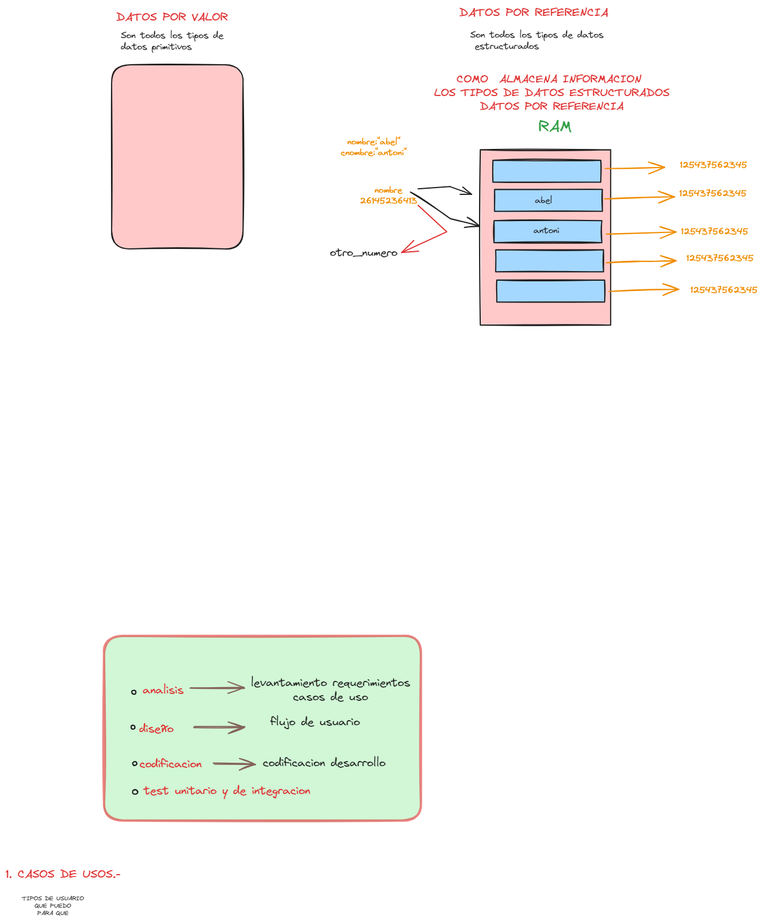
Above: TIPOS_DATOS_ESTRUCTURADOS/.excalidraw.png in 929275209/curso_python2 (Excalidraw), before the change. Source tidied: one line per element, renumbered; positions are measured from the earlier drawing's top-left corner, leaving out a move shared by most shapes.
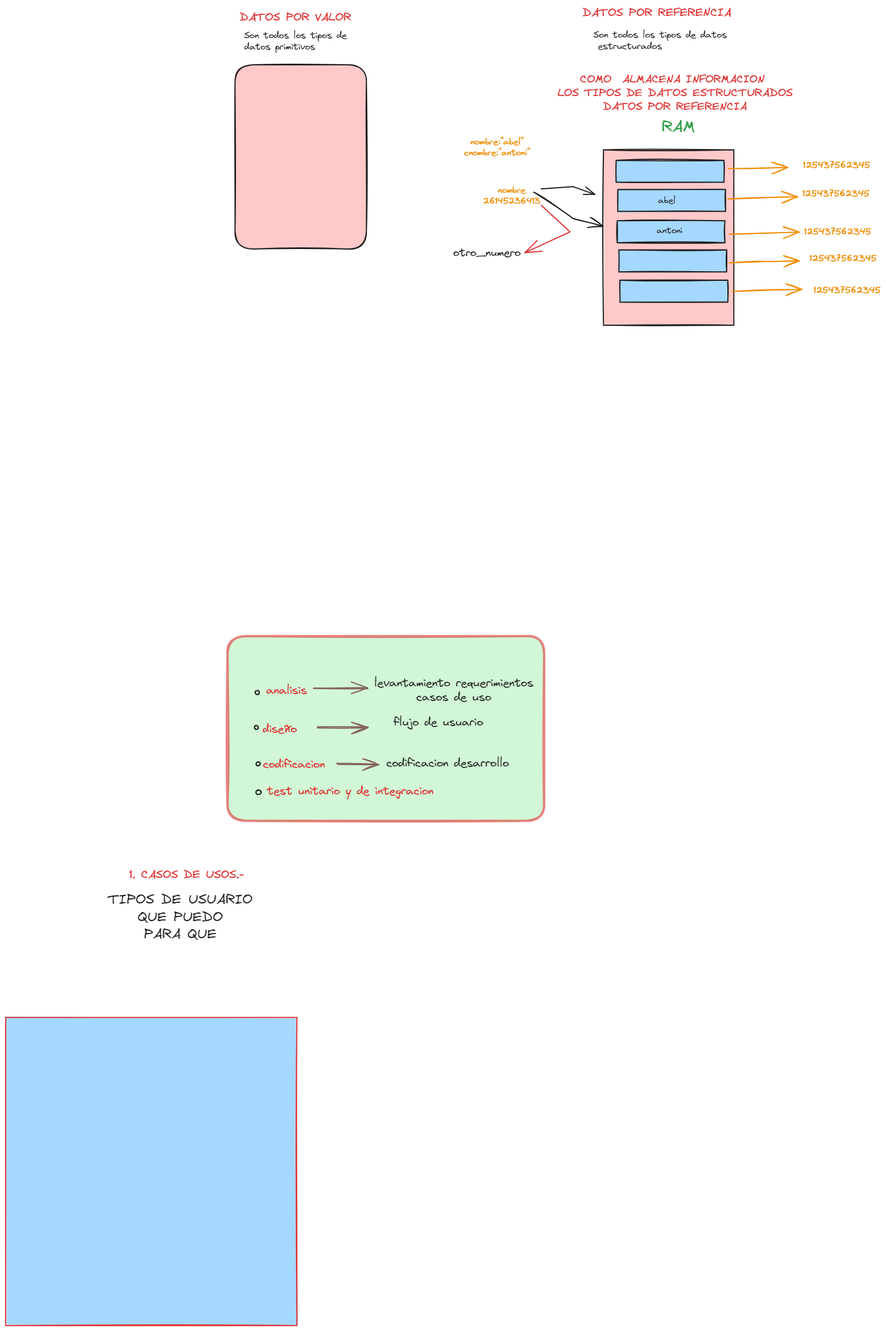
The same file after the commit.

Diff of the diagram source:
```diff
@@ -45,4 +45,5 @@
 {"id": 44, "type": "text", "text": "test unitario y de integracion", "strokeColor": "#e03131", "strokeWidth": 2, "roughness": 1, "fontSize": 20, "fontFamily": 1, "textAlign": "center", "x": 243, "y": 1368, "width": 293, "height": 25}
 {"id": 45, "type": "ellipse", "strokeColor": "#1e1e1e", "strokeWidth": 2, "roughness": 1, "round": true, "x": 223, "y": 1380, "width": 9, "height": 8}
 {"id": 46, "type": "text", "text": "1. CASOS DE USOS.-", "strokeColor": "#e03131", "strokeWidth": 4, "roughness": 1, "fontSize": 20, "fontFamily": 1, "textAlign": "center", "x": 0, "y": 1516, "width": 202, "height": 25}
-{"id": 47, "type": "text", "text": "TIPOS DE USUARIO\nQUE PUEDO\nPARA QUE", "strokeColor": "#1e1e1e", "strokeWidth": 4, "roughness": 1, "fontSize": 10.44, "fontFamily": 1, "textAlign": "center", "x": 28, "y": 1565, "width": 109, "height": 39}
+{"id": 47, "type": "text", "text": "TIPOS DE USUARIO\nQUE PUEDO\nPARA QUE", "strokeColor": "#1e1e1e", "strokeWidth": 4, "roughness": 1, "fontSize": 24.37, "fontFamily": 1, "textAlign": "center", "x": -37, "y": 1558, "width": 254, "height": 91}
+{"id": 48, "type": "rectangle", "strokeColor": "#e03131", "backgroundColor": "#a5d8ff", "fillStyle": "solid", "strokeWidth": 2, "roughness": 1, "x": -217, "y": 1779, "width": 512, "height": 542}
```
